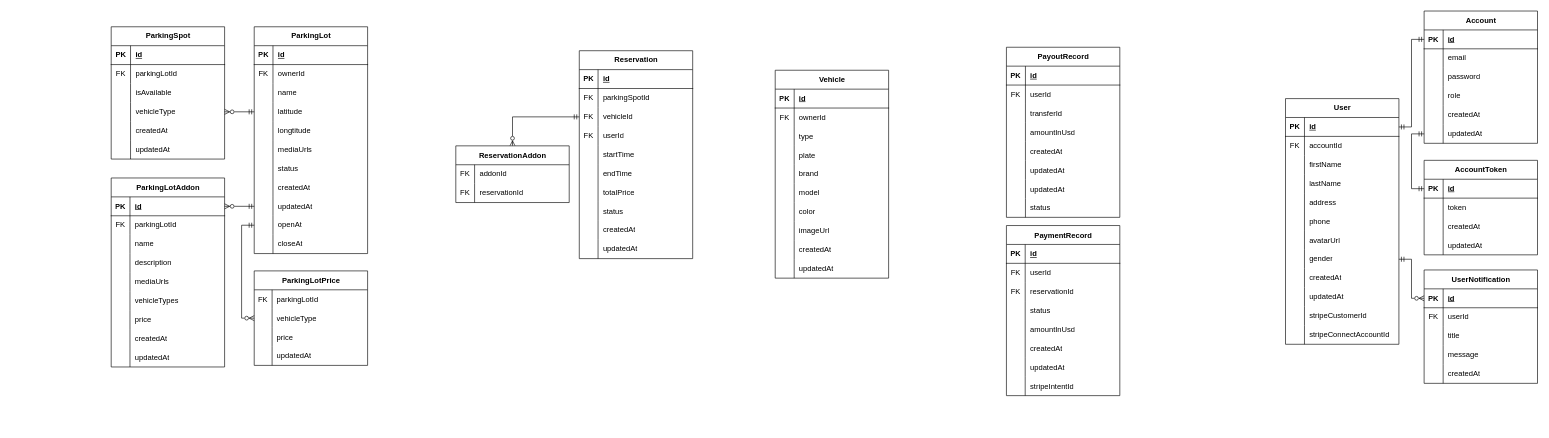
vclong2003/ParkingApp-microservices keeps this draw.io diagram as page "DB splitted" (2 of 13) of MicroServiceProject/ParkNexus.drawio. Above is the earlier version. Source tidied: cells renumbered, new cells numbered last; positions are measured from the earlier drawing's top-left corner, leaving out a move shared by most shapes. Both pictures are drawn from the tidied source at 63%, with x=0, y=0 at pixel (111, 11).
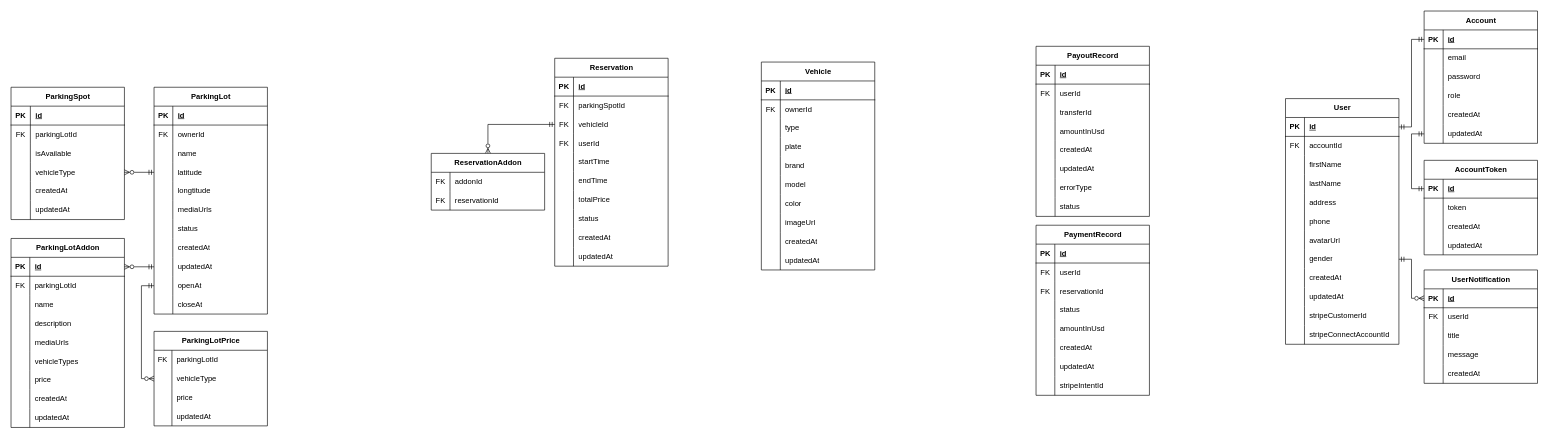
After the change.

The change refers to these unchanged cells:
```xml
<mxCell id="118" style="shape=tableRow;horizontal=0;startSize=0;swimlaneHead=0;swimlaneBody=0;fillColor=none;points=[[0,0.5],[1,0.5]];portConstraint=eastwest;top=0;left=0;right=0;bottom=0;" parent="90" vertex="1">
  <mxGeometry y="300" width="180" height="30" as="geometry" />
</mxCell>
<mxCell id="264" style="shape=tableRow;horizontal=0;startSize=0;swimlaneHead=0;swimlaneBody=0;fillColor=none;points=[[0,0.5],[1,0.5]];portConstraint=eastwest;top=0;left=0;right=0;bottom=0;" parent="260" vertex="1">
  <mxGeometry y="60" width="180" height="30" as="geometry" />
</mxCell>
<mxCell id="301" style="shape=tableRow;horizontal=0;startSize=0;swimlaneHead=0;swimlaneBody=0;fillColor=none;top=0;left=0;right=0;bottom=0;" parent="282" vertex="1">
  <mxGeometry y="210" width="180" height="30" as="geometry" />
</mxCell>
```

What changed in the source:
```diff
@@
     <mxCell id="59" value="Vehicle" style="shape=table;startSize=30;childLayout=tableLayout;rowLines=0;fontStyle=1;align=center;html=1;" parent="1" vertex="1">
-      <mxGeometry x="1054" y="94" width="180" height="330" as="geometry" />
+      <mxGeometry x="1032" y="81" width="180" height="330" as="geometry" />
     </mxCell>
@@
     <mxCell id="90" value="ParkingLot" style="shape=table;startSize=30;childLayout=tableLayout;rowLines=0;fontStyle=1;align=center;html=1;" parent="1" vertex="1">
-      <mxGeometry x="227" y="25" width="180" height="360" as="geometry" />
+      <mxGeometry x="68" y="121" width="180" height="360" as="geometry" />
     </mxCell>
@@
     <mxCell id="124" value="ParkingLotAddon" style="shape=table;startSize=30;childLayout=tableLayout;rowLines=0;fontStyle=1;align=center;html=1;" parent="1" vertex="1">
-      <mxGeometry y="265" width="180" height="300" as="geometry" />
+      <mxGeometry x="-159" y="361" width="180" height="300" as="geometry" />
     </mxCell>
@@
     <mxCell id="152" value="ParkingSpot" style="shape=table;startSize=30;childLayout=tableLayout;rowLines=0;fontStyle=1;align=center;html=1;" parent="1" vertex="1">
-      <mxGeometry y="25" width="180" height="210" as="geometry" />
+      <mxGeometry x="-159" y="121" width="180" height="210" as="geometry" />
     </mxCell>
@@
     <mxCell id="171" value="Reservation" style="shape=table;startSize=30;childLayout=tableLayout;rowLines=0;fontStyle=1;align=center;html=1;" parent="1" vertex="1">
-      <mxGeometry x="743" y="63" width="180" height="330" as="geometry" />
+      <mxGeometry x="704" y="75" width="180" height="330" as="geometry" />
     </mxCell>
@@
     <mxCell id="202" value="PaymentRecord" style="shape=table;startSize=30;childLayout=tableLayout;rowLines=0;fontStyle=1;align=center;html=1;" parent="1" vertex="1">
-      <mxGeometry x="1421" y="340.5" width="180" height="270" as="geometry" />
+      <mxGeometry x="1468" y="340" width="180" height="270" as="geometry" />
     </mxCell>
@@
     <mxCell id="260" value="ParkingLotPrice" style="shape=table;startSize=30;childLayout=tableLayout;rowLines=0;fontStyle=1;align=center;html=1;" parent="1" vertex="1">
-      <mxGeometry x="227" y="412.5" width="180" height="150" as="geometry" />
+      <mxGeometry x="68" y="508.5" width="180" height="150" as="geometry" />
     </mxCell>
@@
     <mxCell id="273" style="edgeStyle=orthogonalEdgeStyle;rounded=0;jettySize=auto;html=1;exitX=0;exitY=0.5;exitDx=0;exitDy=0;entryX=0;entryY=0.5;entryDx=0;entryDy=0;endArrow=ERzeroToMany;endFill=0;startArrow=ERmandOne;startFill=0;" parent="1" edge="1" source="118" target="264">
       <mxGeometry relative="1" as="geometry">
         <Array as="points">
-          <mxPoint x="207" y="340" />
-          <mxPoint x="207" y="488" />
+          <mxPoint x="48" y="436" />
+          <mxPoint x="48" y="584" />
         </Array>
       </mxGeometry>
     </mxCell>
@@
     <mxCell id="275" value="ReservationAddon" style="shape=table;startSize=30;childLayout=tableLayout;rowLines=0;fontStyle=1;align=center;html=1;" parent="1" vertex="1">
-      <mxGeometry x="547" y="214" width="180" height="90" as="geometry" />
+      <mxGeometry x="508" y="226" width="180" height="90" as="geometry" />
     </mxCell>
@@
     <mxCell id="282" value="PayoutRecord" style="shape=table;startSize=30;childLayout=tableLayout;rowLines=0;fontStyle=1;align=center;html=1;" parent="1" vertex="1">
-      <mxGeometry x="1421" y="57.5" width="180" height="270" as="geometry" />
+      <mxGeometry x="1468" y="56" width="180" height="270" as="geometry" />
     </mxCell>
@@
-    <mxCell id="303" value="updatedAt" style="shape=partialRectangle;fillColor=none;top=0;left=0;bottom=0;right=0;align=left;spacingLeft=6;overflow=hidden;whiteSpace=wrap;html=1;" parent="301" vertex="1">
+    <mxCell id="303" value="errorType" style="shape=partialRectangle;fillColor=none;top=0;left=0;bottom=0;right=0;align=left;spacingLeft=6;overflow=hidden;whiteSpace=wrap;html=1;" parent="301" vertex="1">
       <mxGeometry x="30.2" width="149.8" height="30" as="geometry" />
     </mxCell>
```
